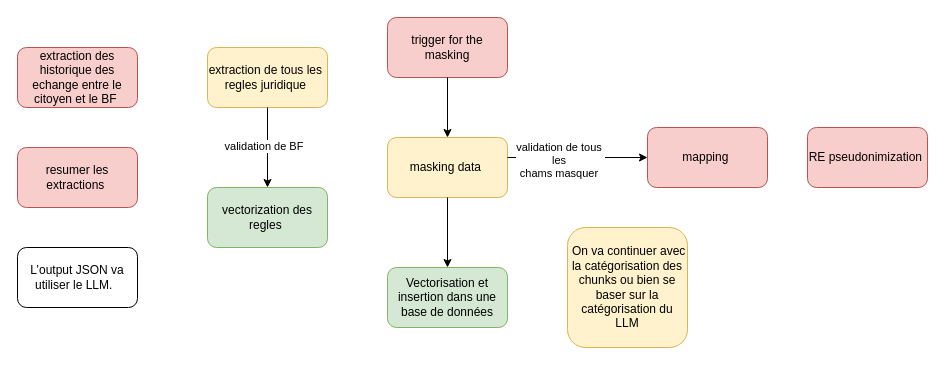
sahar389/api_go keeps this draw.io diagram as flux restante.drawio. Above is the earlier version. Source tidied: cells renumbered, new cells numbered last; positions are measured from the earlier drawing's top-left corner, leaving out a move shared by most shapes. Both pictures are drawn from the tidied source at 100%, with x=0, y=0 at pixel (17, 17).
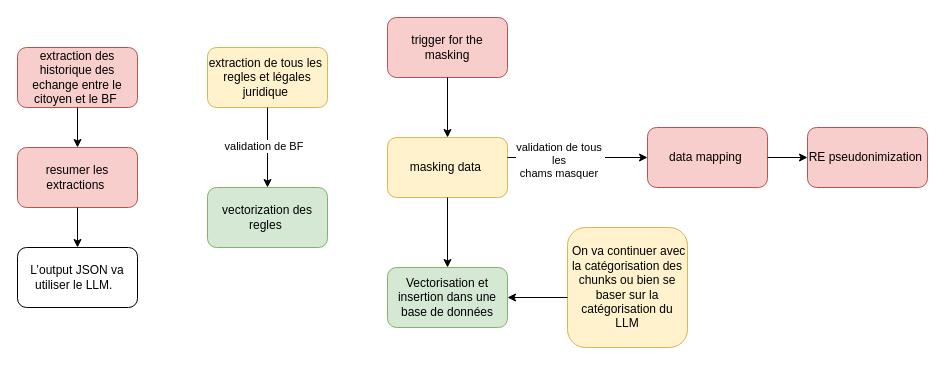
After the change.

The change refers to these unchanged cells:
```xml
<mxCell id="3" value="Vectorisation et insertion dans une base de données" style="rounded=1;whiteSpace=wrap;html=1;fillColor=#d5e8d4;strokeColor=#82b366;" parent="1" vertex="1">
  <mxGeometry x="370" y="250" width="120" height="60" as="geometry" />
</mxCell>
<mxCell id="12" value="resumer les extractions&amp;nbsp;" style="rounded=1;whiteSpace=wrap;html=1;fillColor=#f8cecc;strokeColor=#b85450;" parent="1" vertex="1">
  <mxGeometry y="130" width="120" height="60" as="geometry" />
</mxCell>
<mxCell id="13" value="RE pseudonimization&amp;nbsp;" style="rounded=1;whiteSpace=wrap;html=1;fillColor=#f8cecc;strokeColor=#b85450;" parent="1" vertex="1">
  <mxGeometry x="790" y="110" width="120" height="60" as="geometry" />
</mxCell>
<mxCell id="14" value="L’output JSON va utiliser le LLM. &amp;nbsp;" style="rounded=1;whiteSpace=wrap;html=1;" parent="1" vertex="1">
  <mxGeometry y="230" width="120" height="60" as="geometry" />
</mxCell>
```

Change to the diagram source:
```diff
@@
-    <mxCell id="4" value="extraction de tous les&amp;nbsp; regles juridique&amp;nbsp;" style="rounded=1;whiteSpace=wrap;html=1;fillColor=#fff2cc;strokeColor=#d6b656;" parent="1" vertex="1">
+    <mxCell id="4" value="extraction de tous les&amp;nbsp; regles et légales juridique&amp;nbsp;" style="rounded=1;whiteSpace=wrap;html=1;fillColor=#fff2cc;strokeColor=#d6b656;" parent="1" vertex="1">
       <mxGeometry x="190" y="30" width="120" height="60" as="geometry" />
     </mxCell>
@@
-    <mxCell id="6" value="mapping&amp;nbsp;" style="rounded=1;whiteSpace=wrap;html=1;fillColor=#f8cecc;strokeColor=#b85450;" parent="1" vertex="1">
+    <mxCell id="6" value="data mapping&amp;nbsp;" style="rounded=1;whiteSpace=wrap;html=1;fillColor=#f8cecc;strokeColor=#b85450;" parent="1" vertex="1">
       <mxGeometry x="630" y="110" width="120" height="60" as="geometry" />
     </mxCell>
@@
+    <mxCell id="19" style="endArrow=classic;html=1;rounded=0;entryX=0;entryY=0.5;entryDx=0;entryDy=0;" parent="1" edge="1" target="13">
+      <mxGeometry relative="1" as="geometry">
+        <mxPoint x="750" y="140" as="sourcePoint" />
+      </mxGeometry>
+    </mxCell>
+    <mxCell id="20" style="endArrow=classic;html=1;rounded=0;entryX=1;entryY=0.5;entryDx=0;entryDy=0;" parent="1" edge="1" target="3">
+      <mxGeometry relative="1" as="geometry">
+        <mxPoint x="550" y="280" as="sourcePoint" />
+      </mxGeometry>
+    </mxCell>
+    <mxCell id="21" style="endArrow=classic;html=1;rounded=0;entryX=0.5;entryY=0;entryDx=0;entryDy=0;" parent="1" edge="1" target="12">
+      <mxGeometry relative="1" as="geometry">
+        <mxPoint x="60" y="90" as="sourcePoint" />
+      </mxGeometry>
+    </mxCell>
+    <mxCell id="22" style="endArrow=classic;html=1;rounded=0;" parent="1" edge="1" target="14">
+      <mxGeometry relative="1" as="geometry">
+        <mxPoint x="60" y="190" as="sourcePoint" />
+      </mxGeometry>
+    </mxCell>
```
